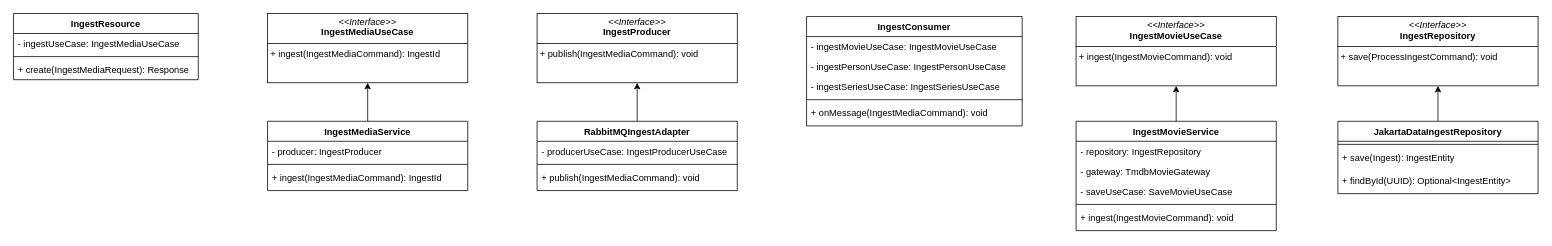
Earlier version of the draw.io diagram page "Ingest Class Diagram" (2 of 5) of emdb/doc/emdb5.drawio (douglase72/projects). Source tidied: cells renumbered, new cells numbered last; positions are measured from the earlier drawing's top-left corner, leaving out a move shared by most shapes. Both pictures are drawn from the tidied source at 77%, with x=0, y=0 at pixel (13, 13).
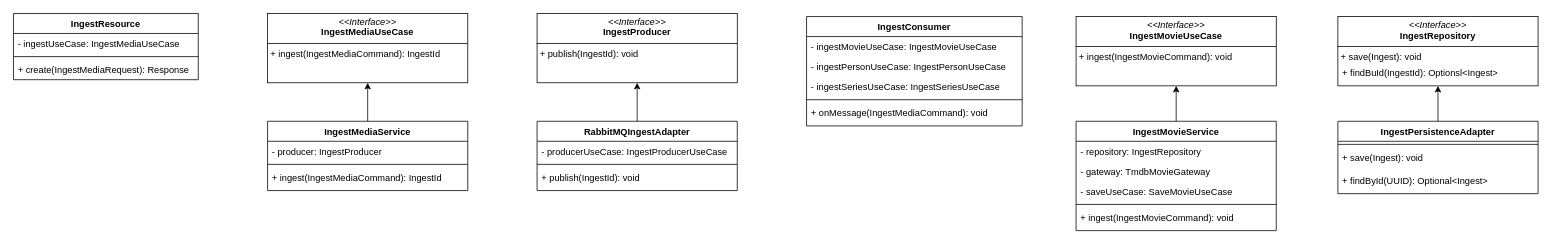
The same diagram, later.

Unchanged cells that the change refers to:
```xml
<mxCell id="14" value="RabbitMQIngestAdapter" style="swimlane;fontStyle=1;align=center;verticalAlign=top;horizontal=1;startSize=26;whiteSpace=wrap;html=1;" parent="1" vertex="1">
  <mxGeometry x="680" y="140" width="260" height="90" as="geometry" />
</mxCell>
```

Diff of the diagram source:
```diff
@@
-    <mxCell id="12" value="&lt;p style=&quot;margin:0px;margin-top:4px;text-align:center;&quot;&gt;&lt;i&gt;&amp;lt;&amp;lt;Interface&amp;gt;&amp;gt;&lt;/i&gt;&lt;br&gt;&lt;b&gt;IngestProducer&lt;/b&gt;&lt;/p&gt;&lt;hr size=&quot;1&quot; style=&quot;border-style:solid;&quot;&gt;&lt;p style=&quot;margin:0px;margin-left:4px;&quot;&gt;+ publish(IngestMediaCommand): void&lt;br&gt;&lt;/p&gt;" style="verticalAlign=top;align=left;overflow=fill;html=1;whiteSpace=wrap;" parent="1" vertex="1">
+    <mxCell id="12" value="&lt;p style=&quot;margin:0px;margin-top:4px;text-align:center;&quot;&gt;&lt;i&gt;&amp;lt;&amp;lt;Interface&amp;gt;&amp;gt;&lt;/i&gt;&lt;br&gt;&lt;b&gt;IngestProducer&lt;/b&gt;&lt;/p&gt;&lt;hr size=&quot;1&quot; style=&quot;border-style:solid;&quot;&gt;&lt;p style=&quot;margin:0px;margin-left:4px;&quot;&gt;+ publish(IngestId): void&lt;br&gt;&lt;/p&gt;" style="verticalAlign=top;align=left;overflow=fill;html=1;whiteSpace=wrap;" parent="1" vertex="1">
       <mxGeometry x="680" width="260" height="90" as="geometry" />
     </mxCell>
@@
-    <mxCell id="17" value="+ publish(IngestMediaCommand&lt;span style=&quot;background-color: transparent; color: light-dark(rgb(0, 0, 0), rgb(255, 255, 255));&quot;&gt;): void&lt;/span&gt;" style="text;strokeColor=none;fillColor=none;align=left;verticalAlign=top;spacingLeft=4;spacingRight=4;overflow=hidden;whiteSpace=wrap;html=1;" parent="14" vertex="1">
+    <mxCell id="17" value="+ publish(IngestId&lt;span style=&quot;background-color: transparent; color: light-dark(rgb(0, 0, 0), rgb(255, 255, 255));&quot;&gt;): void&lt;/span&gt;" style="text;strokeColor=none;fillColor=none;align=left;verticalAlign=top;spacingLeft=4;spacingRight=4;overflow=hidden;whiteSpace=wrap;html=1;" parent="14" vertex="1">
       <mxGeometry y="60" width="260" height="30" as="geometry" />
     </mxCell>
@@
-    <mxCell id="32" value="&lt;p style=&quot;margin:0px;margin-top:4px;text-align:center;&quot;&gt;&lt;i&gt;&amp;lt;&amp;lt;Interface&amp;gt;&amp;gt;&lt;/i&gt;&lt;br&gt;&lt;b&gt;IngestRepository&lt;/b&gt;&lt;/p&gt;&lt;hr size=&quot;1&quot; style=&quot;border-style:solid;&quot;&gt;&lt;p style=&quot;margin:0px;margin-left:4px;&quot;&gt;+ save(ProcessIngestCommand): void&lt;br&gt;&lt;/p&gt;" style="verticalAlign=top;align=left;overflow=fill;html=1;whiteSpace=wrap;" parent="1" vertex="1">
+    <mxCell id="32" value="&lt;p style=&quot;margin:0px;margin-top:4px;text-align:center;&quot;&gt;&lt;i&gt;&amp;lt;&amp;lt;Interface&amp;gt;&amp;gt;&lt;/i&gt;&lt;br&gt;&lt;b&gt;IngestRepository&lt;/b&gt;&lt;/p&gt;&lt;hr size=&quot;1&quot; style=&quot;border-style:solid;&quot;&gt;&lt;p style=&quot;margin:0px;margin-left:4px;&quot;&gt;+ save(Ingest): void&lt;br&gt;&lt;/p&gt;" style="verticalAlign=top;align=left;overflow=fill;html=1;whiteSpace=wrap;" parent="1" vertex="1">
       <mxGeometry x="1720" y="4" width="260" height="90" as="geometry" />
     </mxCell>
@@
-    <mxCell id="34" value="JakartaDataIngestRepository" style="swimlane;fontStyle=1;align=center;verticalAlign=top;horizontal=1;startSize=26;whiteSpace=wrap;html=1;" parent="1" vertex="1">
+    <mxCell id="34" value="IngestPersistenceAdapter" style="swimlane;fontStyle=1;align=center;verticalAlign=top;horizontal=1;startSize=26;whiteSpace=wrap;html=1;" parent="1" vertex="1">
       <mxGeometry x="1720" y="140" width="260" height="94" as="geometry" />
     </mxCell>
@@
-    <mxCell id="36" value="+ save(Ingest&lt;span style=&quot;background-color: transparent; color: light-dark(rgb(0, 0, 0), rgb(255, 255, 255));&quot;&gt;): IngestEntity&lt;/span&gt;" style="text;strokeColor=none;fillColor=none;align=left;verticalAlign=top;spacingLeft=4;spacingRight=4;overflow=hidden;whiteSpace=wrap;html=1;" parent="34" vertex="1">
+    <mxCell id="36" value="+ save(Ingest&lt;span style=&quot;background-color: transparent; color: light-dark(rgb(0, 0, 0), rgb(255, 255, 255));&quot;&gt;): void&lt;/span&gt;" style="text;strokeColor=none;fillColor=none;align=left;verticalAlign=top;spacingLeft=4;spacingRight=4;overflow=hidden;whiteSpace=wrap;html=1;" parent="34" vertex="1">
       <mxGeometry y="34" width="260" height="30" as="geometry" />
     </mxCell>
-    <mxCell id="37" value="+ findById(UUID&lt;span style=&quot;background-color: transparent; color: light-dark(rgb(0, 0, 0), rgb(255, 255, 255));&quot;&gt;): Optional&amp;lt;IngestEntity&amp;gt;&lt;/span&gt;" style="text;strokeColor=none;fillColor=none;align=left;verticalAlign=top;spacingLeft=4;spacingRight=4;overflow=hidden;whiteSpace=wrap;html=1;" parent="34" vertex="1">
+    <mxCell id="37" value="+ findById(UUID&lt;span style=&quot;background-color: transparent; color: light-dark(rgb(0, 0, 0), rgb(255, 255, 255));&quot;&gt;): Optional&amp;lt;Ingest&amp;gt;&lt;/span&gt;" style="text;strokeColor=none;fillColor=none;align=left;verticalAlign=top;spacingLeft=4;spacingRight=4;overflow=hidden;whiteSpace=wrap;html=1;" parent="34" vertex="1">
       <mxGeometry y="64" width="260" height="30" as="geometry" />
     </mxCell>
+    <mxCell id="38" value="+ findBuId(IngestId): Optionsl&amp;lt;Ingest&amp;gt;" style="text;strokeColor=none;fillColor=none;align=left;verticalAlign=top;spacingLeft=4;spacingRight=4;overflow=hidden;whiteSpace=wrap;html=1;" parent="1" vertex="1">
+      <mxGeometry x="1720" y="64" width="260" height="26" as="geometry" />
+    </mxCell>
```
